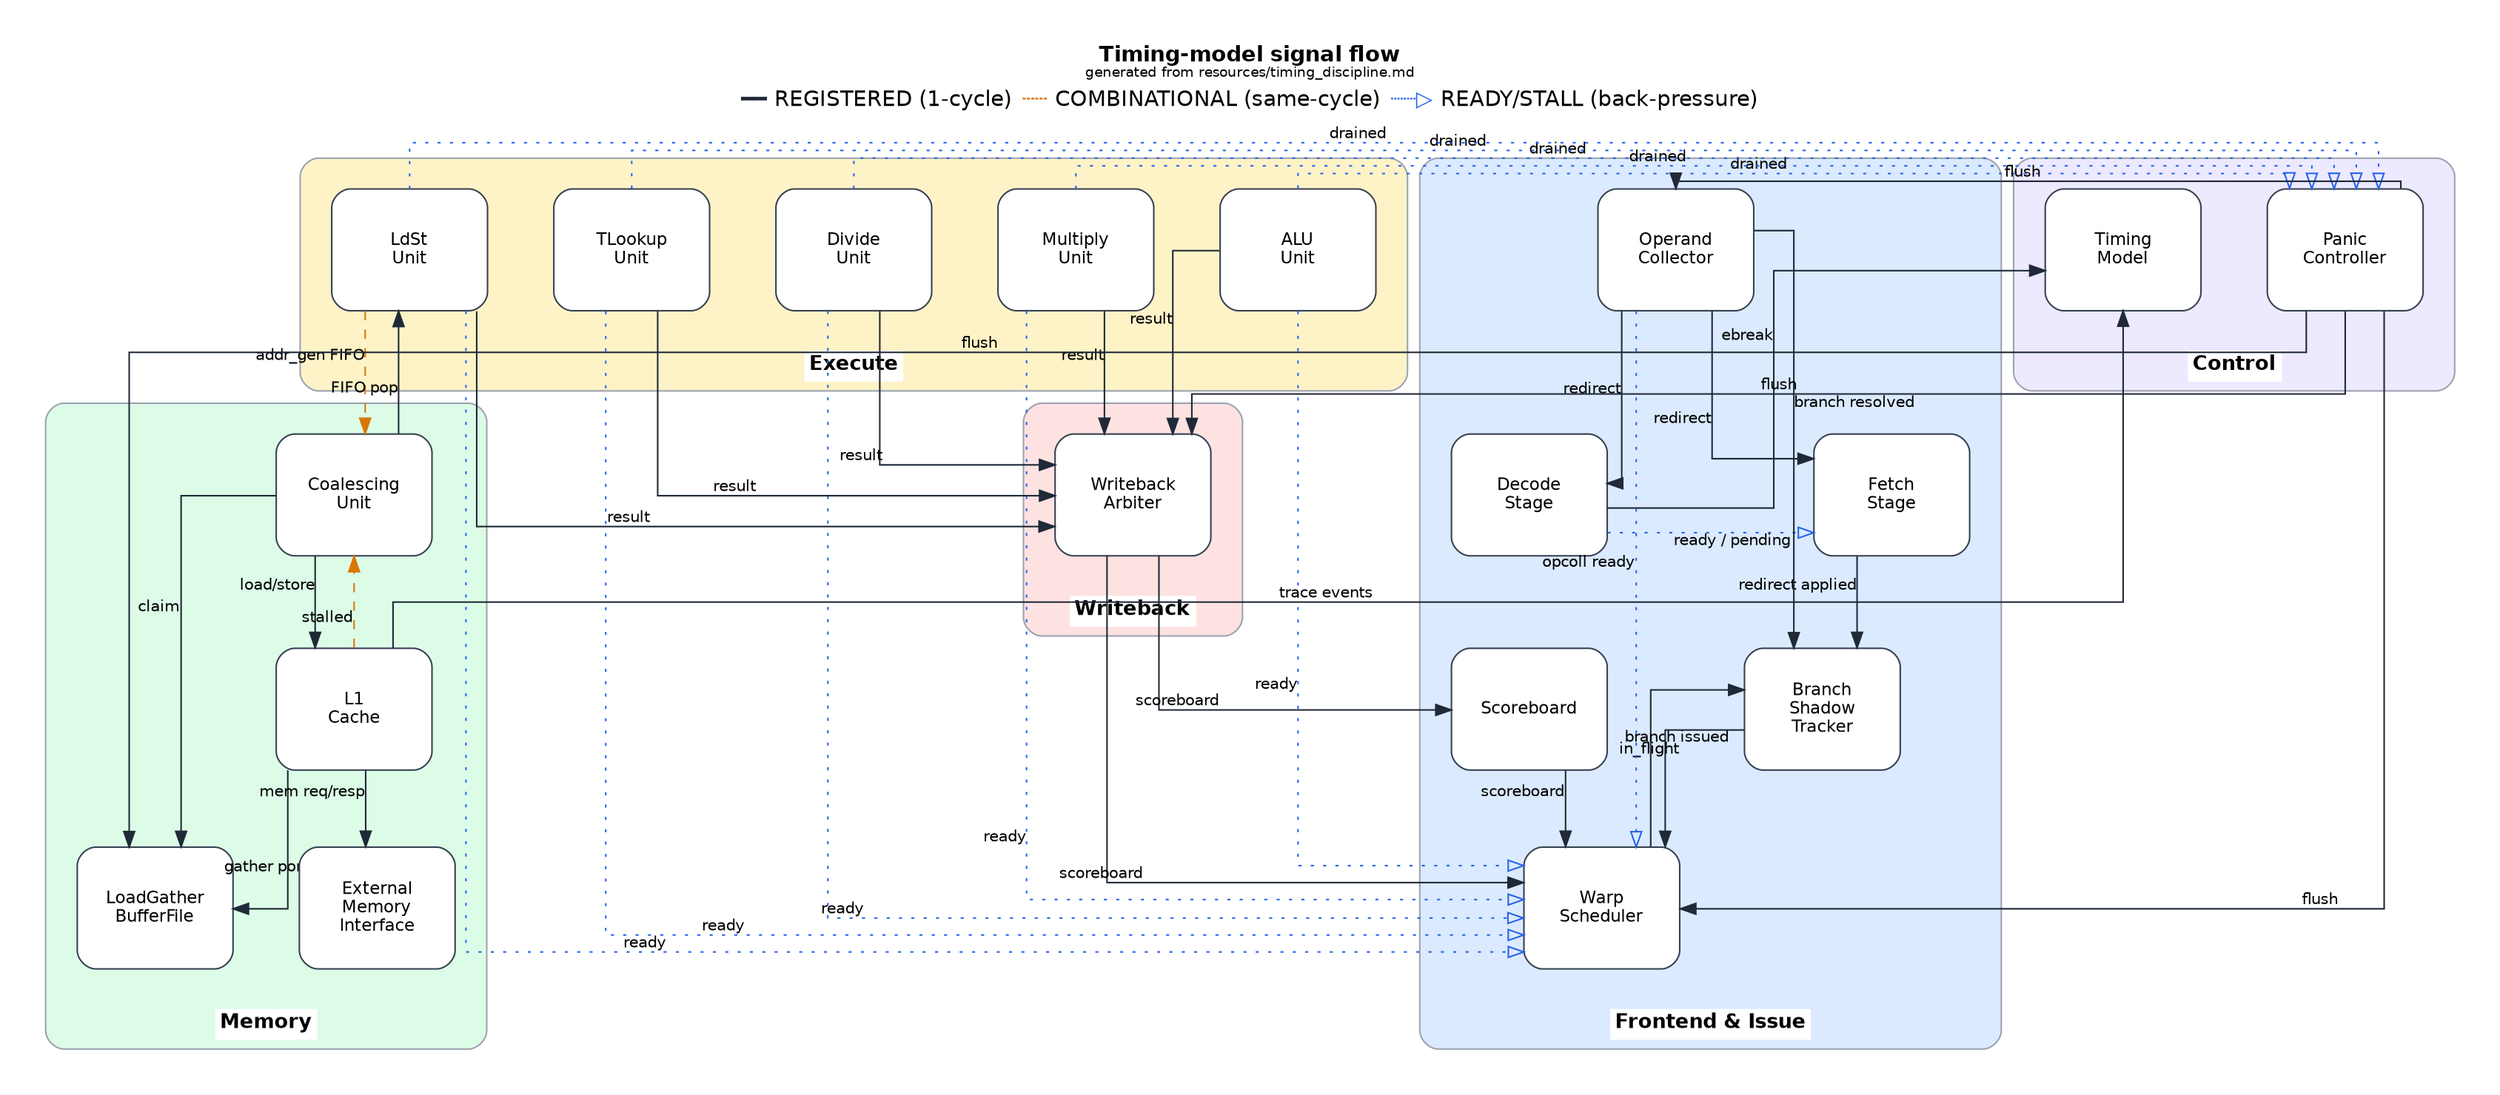
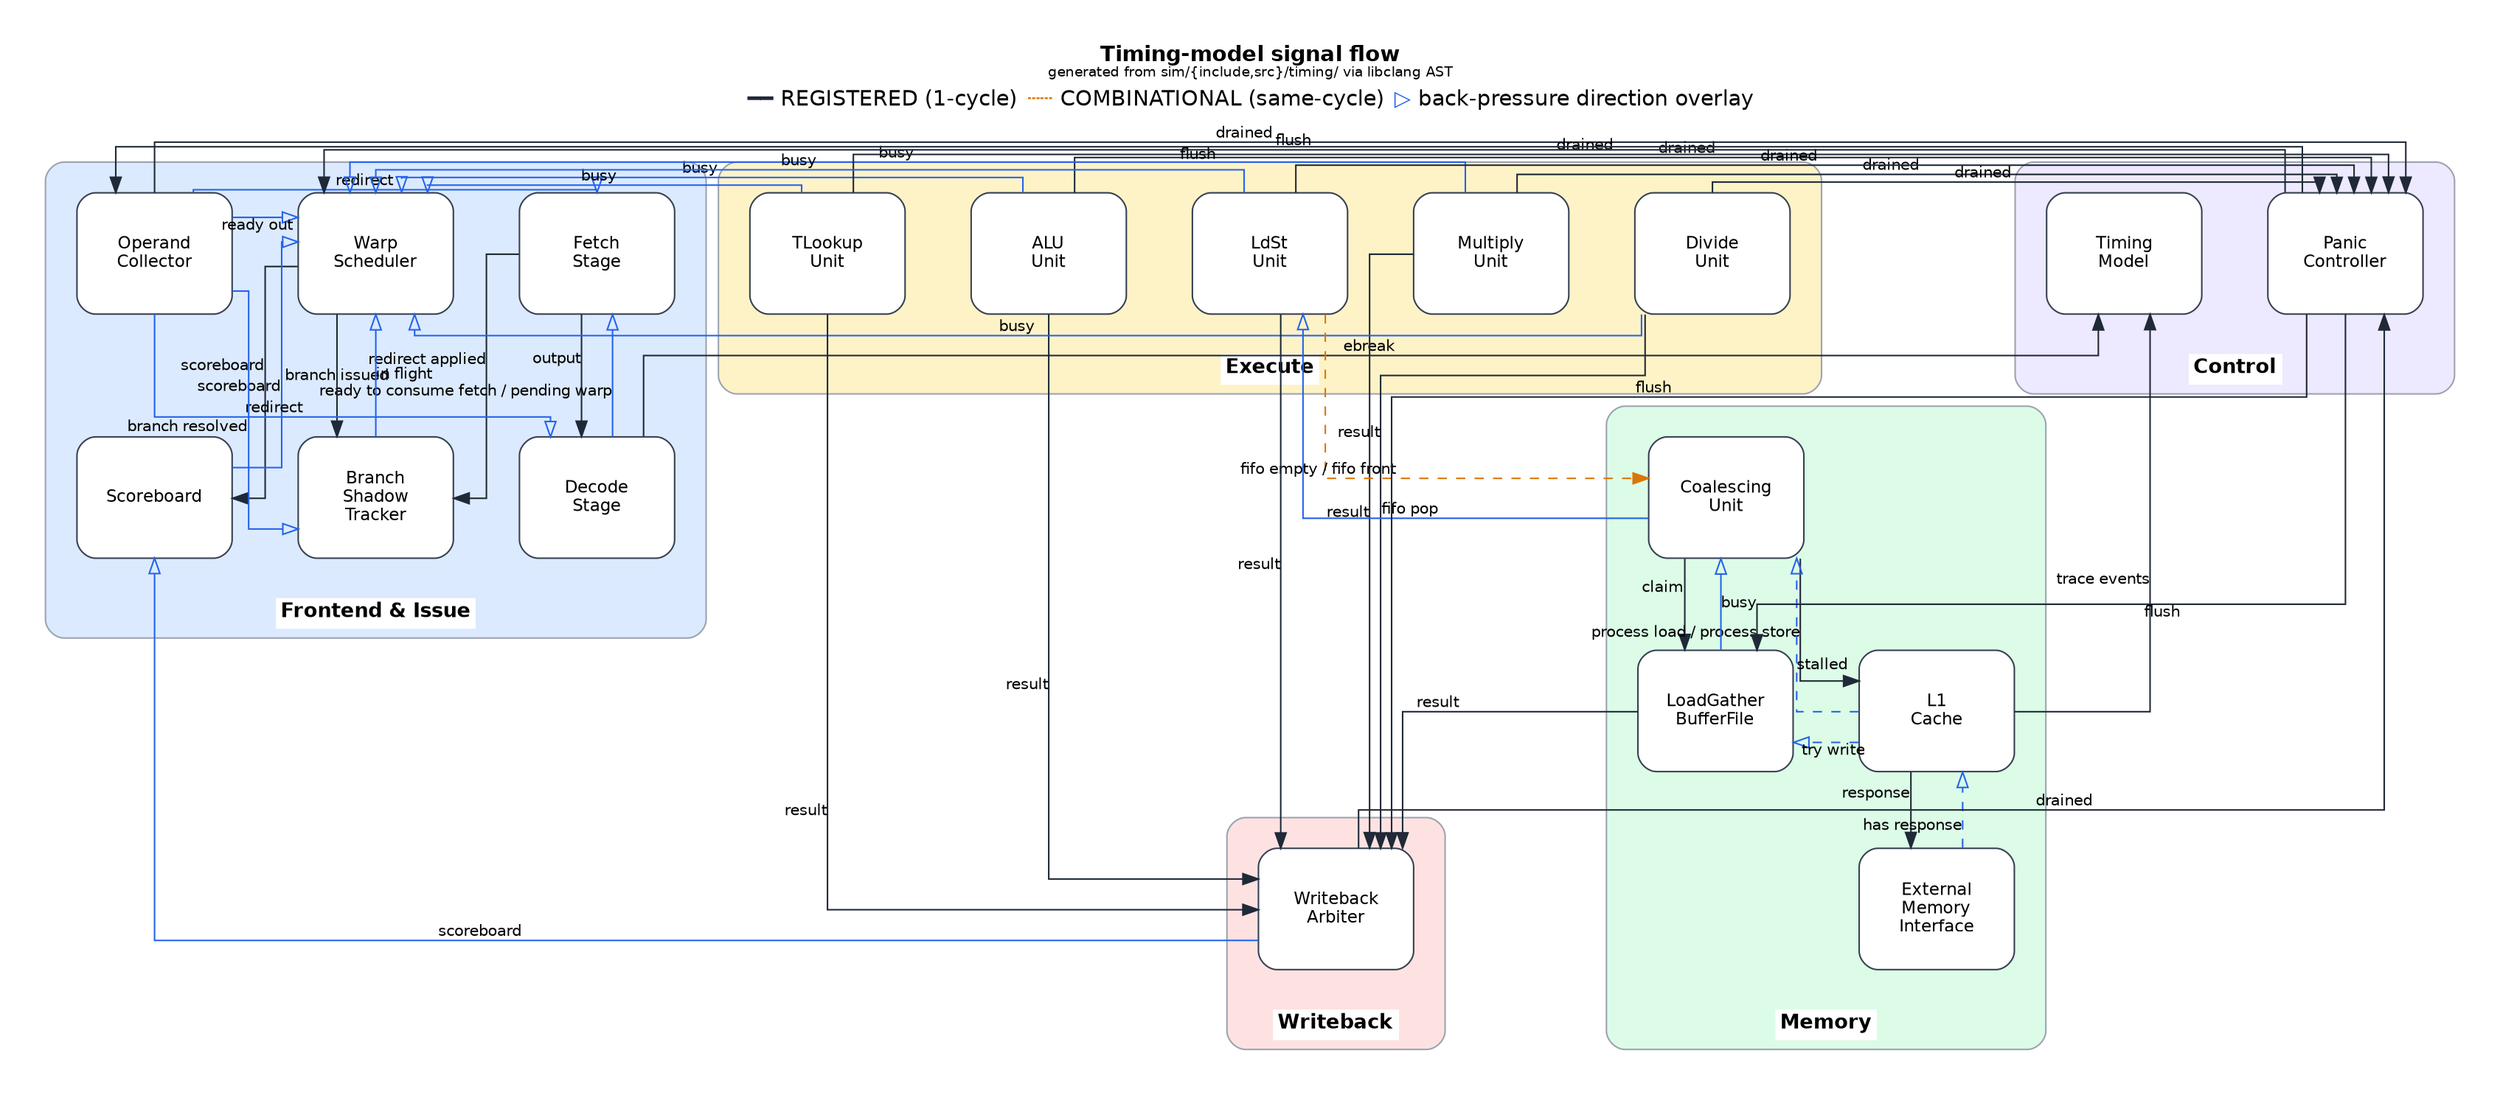
digraph signal_flow {
  rankdir=TB;
-   graph [fontname="Helvetica", label=<<table border="0" cellborder="0" cellspacing="2"><tr><td align="center" colspan="3"><font point-size="14"><b>Timing-model signal flow</b></font><br/><font point-size="9">generated from resources/timing_discipline.md</font></td></tr><tr><td><font color="#1f2937">━━</font> REGISTERED (1-cycle)</td><td><font color="#d97706">┄┄</font> COMBINATIONAL (same-cycle)</td><td><font color="#2563eb">┈┈▷</font> READY/STALL (back-pressure)</td></tr></table>>, labelloc=t, pad=0.3, ranksep=0.7, nodesep=0.6, splines=ortho, clusterrank=local, compound=true, esep="+12", forcelabels=true];
+   graph [fontname="Helvetica", label=<<table border="0" cellborder="0" cellspacing="2"><tr><td align="center" colspan="3"><font point-size="14"><b>Timing-model signal flow</b></font><br/><font point-size="9">generated from sim/{include,src}/timing/ via libclang AST</font></td></tr><tr><td><font color="#1f2937">━━</font> REGISTERED (1-cycle)</td><td><font color="#d97706">┄┄</font> COMBINATIONAL (same-cycle)</td><td><font color="#2563eb">▷</font> back-pressure direction overlay</td></tr></table>>, labelloc=t, pad=0.3, ranksep=0.7, nodesep=0.6, splines=ortho, clusterrank=local, compound=true, esep="+12", forcelabels=true];
  node  [fontname="Helvetica", fontsize=11, shape=box, style="filled,rounded", fillcolor="#ffffff", color="#374151", width=1.4, height=1.1];
  edge  [fontname="Helvetica", fontsize=10, color="#374151"];

  subgraph cluster_Frontend_and_Issue {
    label=<<table border="0" cellborder="0" cellpadding="3"><tr><td bgcolor="white"><b>Frontend &amp; Issue</b></td></tr></table>>;
    labelloc=b;
    labeljust=c;
    style="filled,rounded";
    fillcolor="#dbeafe";
    color="#9ca3af";
    fontsize=13;
    margin=20;
    "FetchStage" [label="Fetch\nStage"];
    "DecodeStage" [label="Decode\nStage"];
    "WarpScheduler" [label="Warp\nScheduler"];
    "Scoreboard" [label="Scoreboard"];
    "BranchShadowTracker" [label="Branch\nShadow\nTracker"];
    "OperandCollector" [label="Operand\nCollector"];
  }

  subgraph cluster_Execute {
    label=<<table border="0" cellborder="0" cellpadding="3"><tr><td bgcolor="white"><b>Execute</b></td></tr></table>>;
    labelloc=b;
    labeljust=c;
    style="filled,rounded";
    fillcolor="#fef3c7";
    color="#9ca3af";
    fontsize=13;
    margin=20;
    "ALUUnit" [label="ALU\nUnit"];
    "MultiplyUnit" [label="Multiply\nUnit"];
    "DivideUnit" [label="Divide\nUnit"];
    "TLookupUnit" [label="TLookup\nUnit"];
    "LdStUnit" [label="LdSt\nUnit"];
  }

  subgraph cluster_Memory {
    label=<<table border="0" cellborder="0" cellpadding="3"><tr><td bgcolor="white"><b>Memory</b></td></tr></table>>;
    labelloc=b;
    labeljust=c;
    style="filled,rounded";
    fillcolor="#dcfce7";
    color="#9ca3af";
    fontsize=13;
    margin=20;
    "CoalescingUnit" [label="Coalescing\nUnit"];
    "LoadGatherBufferFile" [label="LoadGather\nBufferFile"];
    "L1Cache" [label="L1\nCache"];
    "ExternalMemoryInterface" [label="External\nMemory\nInterface"];
  }

  subgraph cluster_Writeback {
    label=<<table border="0" cellborder="0" cellpadding="3"><tr><td bgcolor="white"><b>Writeback</b></td></tr></table>>;
    labelloc=b;
    labeljust=c;
    style="filled,rounded";
    fillcolor="#fee2e2";
    color="#9ca3af";
    fontsize=13;
    margin=20;
    "WritebackArbiter" [label="Writeback\nArbiter"];
  }

  subgraph cluster_Control {
    label=<<table border="0" cellborder="0" cellpadding="3"><tr><td bgcolor="white"><b>Control</b></td></tr></table>>;
    labelloc=b;
    labeljust=c;
    style="filled,rounded";
    fillcolor="#ede9fe";
    color="#9ca3af";
    fontsize=13;
    margin=20;
    "PanicController" [label="Panic\nController"];
    "TimingModel" [label="Timing\nModel"];
  }

-   "ALUUnit" -> "PanicController" [color="#2563eb", style=dotted, arrowhead=empty, constraint=false, xlabel="drained", tooltip="row 14: drained"];
-   "ALUUnit" -> "WarpScheduler" [color="#2563eb", style=dotted, arrowhead=empty, constraint=false, xlabel="ready", tooltip="row 4: ready"];
-   "ALUUnit" -> "WritebackArbiter" [color="#1f2937", style=solid, xlabel="result", tooltip="row 7: result"];
-   "BranchShadowTracker" -> "WarpScheduler" [color="#1f2937", style=solid, xlabel="in_flight", tooltip="row 5: in_flight"];
-   "CoalescingUnit" -> "L1Cache" [color="#1f2937", style=solid, xlabel="load/store", tooltip="row 9: load/store"];
-   "CoalescingUnit" -> "LdStUnit" [color="#1f2937", style=solid, xlabel="FIFO pop", tooltip="row 9: FIFO pop"];
-   "CoalescingUnit" -> "LoadGatherBufferFile" [color="#1f2937", style=solid, xlabel="claim", tooltip="row 9: claim"];
-   "DecodeStage" -> "FetchStage" [color="#2563eb", style=dotted, arrowhead=empty, constraint=false, xlabel="ready / pending", tooltip="row 1,2: ready / pending"];
-   "DecodeStage" -> "TimingModel" [color="#1f2937", style=solid, constraint=false, xlabel="ebreak", tooltip="row 13: ebreak"];
-   "DivideUnit" -> "PanicController" [color="#2563eb", style=dotted, arrowhead=empty, constraint=false, xlabel="drained", tooltip="row 14: drained"];
-   "DivideUnit" -> "WarpScheduler" [color="#2563eb", style=dotted, arrowhead=empty, constraint=false, xlabel="ready", tooltip="row 4: ready"];
-   "DivideUnit" -> "WritebackArbiter" [color="#1f2937", style=solid, xlabel="result", tooltip="row 7: result"];
-   "FetchStage" -> "BranchShadowTracker" [color="#1f2937", style=solid, xlabel="redirect applied", tooltip="row 5: redirect applied"];
-   "L1Cache" -> "CoalescingUnit" [color="#d97706", style=dashed, xlabel="stalled", tooltip="row 9,10: stalled"];
-   "L1Cache" -> "ExternalMemoryInterface" [color="#1f2937", style=solid, xlabel="mem req/resp", tooltip="row 15: mem req/resp"];
-   "L1Cache" -> "LoadGatherBufferFile" [color="#1f2937", style=solid, xlabel="gather port", tooltip="row 11: gather port"];
-   "L1Cache" -> "TimingModel" [color="#1f2937", style=solid, constraint=false, xlabel="trace events", tooltip="row 10: trace events"];
-   "LdStUnit" -> "CoalescingUnit" [color="#d97706", style=dashed, xlabel="addr_gen FIFO", tooltip="row 7: addr_gen FIFO"];
-   "LdStUnit" -> "PanicController" [color="#2563eb", style=dotted, arrowhead=empty, constraint=false, xlabel="drained", tooltip="row 14: drained"];
-   "LdStUnit" -> "WarpScheduler" [color="#2563eb", style=dotted, arrowhead=empty, constraint=false, xlabel="ready", tooltip="row 4: ready"];
-   "LdStUnit" -> "WritebackArbiter" [color="#1f2937", style=solid, xlabel="result", tooltip="row 7: result"];
-   "MultiplyUnit" -> "PanicController" [color="#2563eb", style=dotted, arrowhead=empty, constraint=false, xlabel="drained", tooltip="row 14: drained"];
-   "MultiplyUnit" -> "WarpScheduler" [color="#2563eb", style=dotted, arrowhead=empty, constraint=false, xlabel="ready", tooltip="row 4: ready"];
-   "MultiplyUnit" -> "WritebackArbiter" [color="#1f2937", style=solid, xlabel="result", tooltip="row 7: result"];
-   "OperandCollector" -> "BranchShadowTracker" [color="#1f2937", style=solid, xlabel="branch resolved", tooltip="row 5: branch resolved"];
-   "OperandCollector" -> "DecodeStage" [color="#1f2937", style=solid, xlabel="redirect", tooltip="row 12: redirect"];
-   "OperandCollector" -> "FetchStage" [color="#1f2937", style=solid, xlabel="redirect", tooltip="row 12: redirect"];
-   "OperandCollector" -> "WarpScheduler" [color="#2563eb", style=dotted, arrowhead=empty, constraint=false, xlabel="opcoll ready", tooltip="row 3: opcoll ready"];
-   "PanicController" -> "LoadGatherBufferFile" [color="#1f2937", style=solid, constraint=false, xlabel="flush", tooltip="row 13: flush"];
-   "PanicController" -> "OperandCollector" [color="#1f2937", style=solid, constraint=false, xlabel="flush", tooltip="row 13: flush"];
-   "PanicController" -> "WarpScheduler" [color="#1f2937", style=solid, constraint=false, xlabel="flush", tooltip="row 13: flush"];
-   "PanicController" -> "WritebackArbiter" [color="#1f2937", style=solid, constraint=false, xlabel="flush", tooltip="row 13: flush"];
-   "Scoreboard" -> "WarpScheduler" [color="#1f2937", style=solid, xlabel="scoreboard", tooltip="row 8: scoreboard"];
-   "TLookupUnit" -> "PanicController" [color="#2563eb", style=dotted, arrowhead=empty, constraint=false, xlabel="drained", tooltip="row 14: drained"];
-   "TLookupUnit" -> "WarpScheduler" [color="#2563eb", style=dotted, arrowhead=empty, constraint=false, xlabel="ready", tooltip="row 4: ready"];
-   "TLookupUnit" -> "WritebackArbiter" [color="#1f2937", style=solid, xlabel="result", tooltip="row 7: result"];
-   "WarpScheduler" -> "BranchShadowTracker" [color="#1f2937", style=solid, xlabel="branch issued", tooltip="row 5: branch issued"];
-   "WritebackArbiter" -> "Scoreboard" [color="#1f2937", style=solid, xlabel="scoreboard", tooltip="row 8: scoreboard"];
-   "WritebackArbiter" -> "WarpScheduler" [color="#1f2937", style=solid, xlabel="scoreboard", tooltip="row 8: scoreboard"];
+   "ALUUnit" -> "PanicController" [color="#1f2937", style=solid, constraint=false, xlabel="drained", tooltip="drained"];
+   "ALUUnit" -> "WarpScheduler" [color="#2563eb", style=solid, arrowhead=empty, constraint=false, xlabel="busy", tooltip="busy"];
+   "ALUUnit" -> "WritebackArbiter" [color="#1f2937", style=solid, xlabel="result", tooltip="result"];
+   "BranchShadowTracker" -> "WarpScheduler" [color="#2563eb", style=solid, arrowhead=empty, constraint=false, xlabel="in flight", tooltip="in flight"];
+   "CoalescingUnit" -> "L1Cache" [color="#1f2937", style=solid, xlabel="process load / process store", tooltip="process load / process store"];
+   "CoalescingUnit" -> "LdStUnit" [color="#2563eb", style=solid, arrowhead=empty, constraint=false, xlabel="fifo pop", tooltip="fifo pop"];
+   "CoalescingUnit" -> "LoadGatherBufferFile" [color="#1f2937", style=solid, xlabel="claim", tooltip="claim"];
+   "DecodeStage" -> "FetchStage" [color="#2563eb", style=solid, arrowhead=empty, constraint=false, xlabel="ready to consume fetch / pending warp", tooltip="ready to consume fetch / pending warp"];
+   "DecodeStage" -> "TimingModel" [color="#1f2937", style=solid, constraint=false, xlabel="ebreak", tooltip="ebreak"];
+   "DivideUnit" -> "PanicController" [color="#1f2937", style=solid, constraint=false, xlabel="drained", tooltip="drained"];
+   "DivideUnit" -> "WarpScheduler" [color="#2563eb", style=solid, arrowhead=empty, constraint=false, xlabel="busy", tooltip="busy"];
+   "DivideUnit" -> "WritebackArbiter" [color="#1f2937", style=solid, xlabel="result", tooltip="result"];
+   "ExternalMemoryInterface" -> "L1Cache" [color="#2563eb", style=dashed, arrowhead=empty, constraint=false, xlabel="has response", tooltip="has response"];
+   "FetchStage" -> "BranchShadowTracker" [color="#1f2937", style=solid, xlabel="redirect applied", tooltip="redirect applied"];
+   "FetchStage" -> "DecodeStage" [color="#1f2937", style=solid, xlabel="output", tooltip="output"];
+   "L1Cache" -> "CoalescingUnit" [color="#2563eb", style=dashed, arrowhead=empty, constraint=false, xlabel="stalled", tooltip="stalled"];
+   "L1Cache" -> "ExternalMemoryInterface" [color="#1f2937", style=solid, xlabel="response", tooltip="response"];
+   "L1Cache" -> "LoadGatherBufferFile" [color="#2563eb", style=dashed, arrowhead=empty, constraint=false, xlabel="try write", tooltip="try write"];
+   "L1Cache" -> "TimingModel" [color="#1f2937", style=solid, constraint=false, xlabel="trace events", tooltip="trace events"];
+   "LdStUnit" -> "CoalescingUnit" [color="#d97706", style=dashed, xlabel="fifo empty / fifo front", tooltip="fifo empty / fifo front"];
+   "LdStUnit" -> "PanicController" [color="#1f2937", style=solid, constraint=false, xlabel="drained", tooltip="drained"];
+   "LdStUnit" -> "WarpScheduler" [color="#2563eb", style=solid, arrowhead=empty, constraint=false, xlabel="busy", tooltip="busy"];
+   "LdStUnit" -> "WritebackArbiter" [color="#1f2937", style=solid, xlabel="result", tooltip="result"];
+   "LoadGatherBufferFile" -> "CoalescingUnit" [color="#2563eb", style=solid, arrowhead=empty, constraint=false, xlabel="busy", tooltip="busy"];
+   "LoadGatherBufferFile" -> "WritebackArbiter" [color="#1f2937", style=solid, xlabel="result", tooltip="result"];
+   "MultiplyUnit" -> "PanicController" [color="#1f2937", style=solid, constraint=false, xlabel="drained", tooltip="drained"];
+   "MultiplyUnit" -> "WarpScheduler" [color="#2563eb", style=solid, arrowhead=empty, constraint=false, xlabel="busy", tooltip="busy"];
+   "MultiplyUnit" -> "WritebackArbiter" [color="#1f2937", style=solid, xlabel="result", tooltip="result"];
+   "OperandCollector" -> "BranchShadowTracker" [color="#2563eb", style=solid, arrowhead=empty, constraint=false, xlabel="branch resolved", tooltip="branch resolved"];
+   "OperandCollector" -> "DecodeStage" [color="#2563eb", style=solid, arrowhead=empty, constraint=false, xlabel="redirect", tooltip="redirect"];
+   "OperandCollector" -> "FetchStage" [color="#2563eb", style=solid, arrowhead=empty, constraint=false, xlabel="redirect", tooltip="redirect"];
+   "OperandCollector" -> "PanicController" [color="#1f2937", style=solid, constraint=false, xlabel="drained", tooltip="drained"];
+   "OperandCollector" -> "WarpScheduler" [color="#2563eb", style=solid, arrowhead=empty, constraint=false, xlabel="ready out", tooltip="ready out"];
+   "PanicController" -> "LoadGatherBufferFile" [color="#1f2937", style=solid, constraint=false, xlabel="flush", tooltip="flush"];
+   "PanicController" -> "OperandCollector" [color="#1f2937", style=solid, constraint=false, xlabel="flush", tooltip="flush"];
+   "PanicController" -> "WarpScheduler" [color="#1f2937", style=solid, constraint=false, xlabel="flush", tooltip="flush"];
+   "PanicController" -> "WritebackArbiter" [color="#1f2937", style=solid, constraint=false, xlabel="flush", tooltip="flush"];
+   "Scoreboard" -> "WarpScheduler" [color="#2563eb", style=solid, arrowhead=empty, constraint=false, xlabel="scoreboard", tooltip="scoreboard"];
+   "TLookupUnit" -> "PanicController" [color="#1f2937", style=solid, constraint=false, xlabel="drained", tooltip="drained"];
+   "TLookupUnit" -> "WarpScheduler" [color="#2563eb", style=solid, arrowhead=empty, constraint=false, xlabel="busy", tooltip="busy"];
+   "TLookupUnit" -> "WritebackArbiter" [color="#1f2937", style=solid, xlabel="result", tooltip="result"];
+   "WarpScheduler" -> "BranchShadowTracker" [color="#1f2937", style=solid, xlabel="branch issued", tooltip="branch issued"];
+   "WarpScheduler" -> "Scoreboard" [color="#1f2937", style=solid, xlabel="scoreboard", tooltip="scoreboard"];
+   "WritebackArbiter" -> "PanicController" [color="#1f2937", style=solid, constraint=false, xlabel="drained", tooltip="drained"];
+   "WritebackArbiter" -> "Scoreboard" [color="#2563eb", style=solid, arrowhead=empty, constraint=false, xlabel="scoreboard", tooltip="scoreboard"];
}
